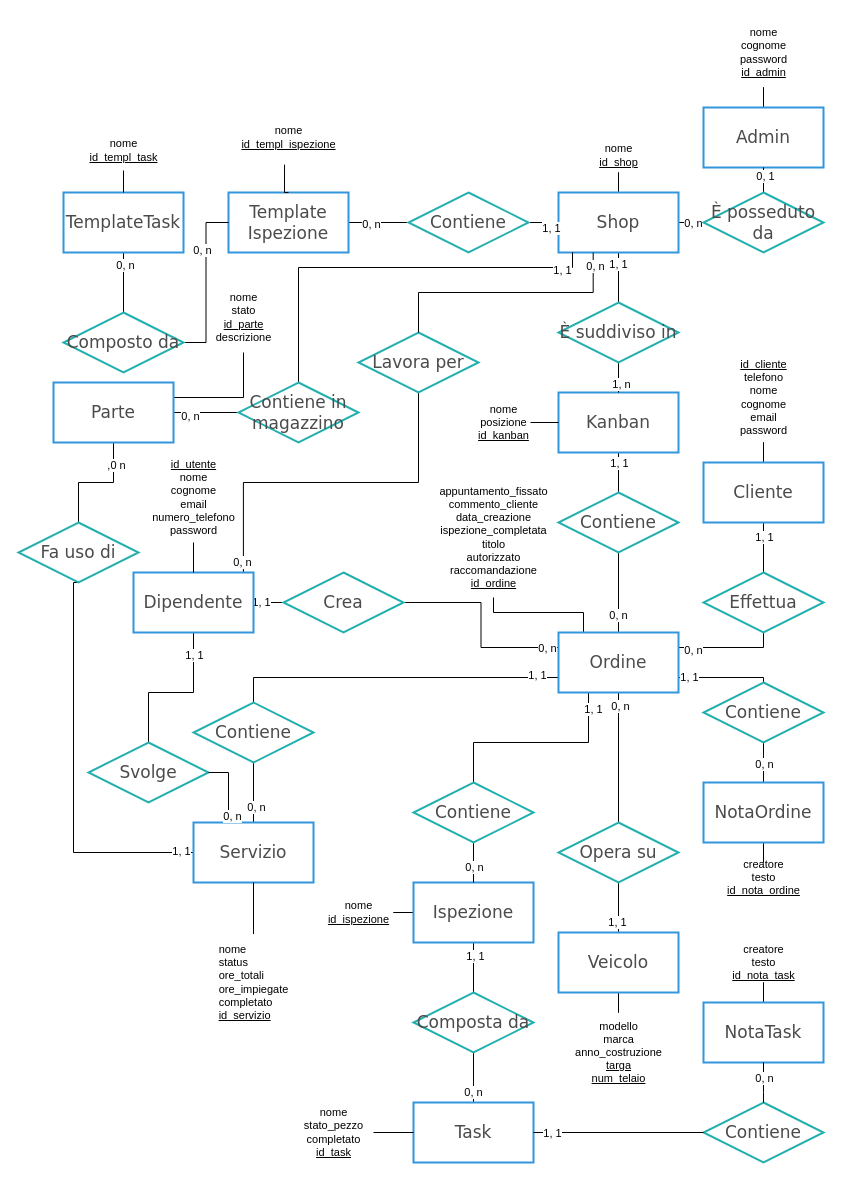
The draw.io diagram res/Officina.drawio in Mattia-Gaetano-Greco/Officina, before the edit. Source tidied: cells renumbered, new cells numbered last; positions are measured from the earlier drawing's top-left corner, leaving out a move shared by most shapes. Both pictures are drawn from the tidied source at 100%, with x=0, y=0 at pixel (18, 17).
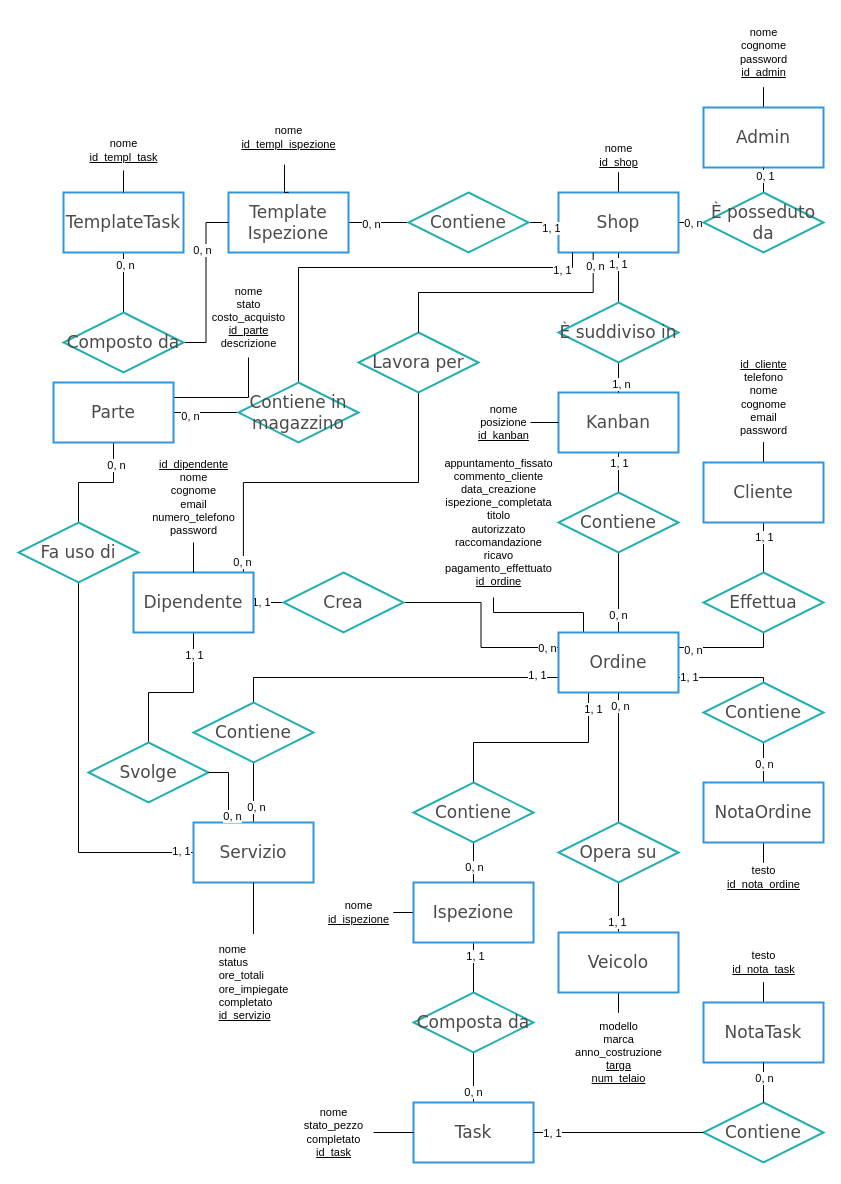
The same diagram, later.

Unchanged cells that the change refers to:
```xml
<mxCell id="78" style="edgeStyle=orthogonalEdgeStyle;rounded=0;jettySize=auto;html=1;exitX=0.5;exitY=1;exitDx=0;exitDy=0;entryX=0.5;entryY=0;entryDx=0;entryDy=0;endArrow=none;endFill=0;" parent="1" edge="1" source="80" target="111">
  <mxGeometry relative="1" as="geometry" />
</mxCell>
<mxCell id="103" value="Servizio" style="rounded=0;whiteSpace=wrap;html=1;strokeWidth=2;strokeColor=#3396dd;fontFamily=Verdana;fontSize=17;fontColor=#4B4B4B;" parent="1" vertex="1">
  <mxGeometry x="175" y="805" width="120" height="60" as="geometry" />
</mxCell>
<mxCell id="111" value="Fa uso di" style="rhombus;whiteSpace=wrap;html=1;strokeWidth=2;strokeColor=#24afaf;fontFamily=Verdana;fontSize=17;fontColor=#4B4B4B;" parent="1" vertex="1">
  <mxGeometry y="505" width="120" height="60" as="geometry" />
</mxCell>
```

The edit, as a diff of the source:
```diff
@@
-    <mxCell id="50" value="appuntamento_fissato&lt;br style=&quot;font-size: 11px;&quot;&gt;commento_cliente&lt;br style=&quot;font-size: 11px;&quot;&gt;data_creazione&lt;br style=&quot;font-size: 11px;&quot;&gt;ispezione_completata&lt;br style=&quot;font-size: 11px;&quot;&gt;titolo&lt;br style=&quot;font-size: 11px;&quot;&gt;autorizzato&lt;br style=&quot;font-size: 11px;&quot;&gt;raccomandazione&lt;br style=&quot;font-size: 11px;&quot;&gt;&lt;u style=&quot;font-size: 11px;&quot;&gt;id_ordine&lt;/u&gt;" style="text;html=1;align=center;verticalAlign=middle;points=[];strokeColor=none;fillColor=none;fontSize=11;fontFamily=Helvetica;fontColor=default;" parent="1" vertex="1">
-      <mxGeometry x="410" y="460" width="130" height="120" as="geometry" />
+    <mxCell id="50" value="appuntamento_fissato&lt;br style=&quot;font-size: 11px;&quot;&gt;commento_cliente&lt;br style=&quot;font-size: 11px;&quot;&gt;data_creazione&lt;br style=&quot;font-size: 11px;&quot;&gt;ispezione_completata&lt;br style=&quot;font-size: 11px;&quot;&gt;titolo&lt;br style=&quot;font-size: 11px;&quot;&gt;autorizzato&lt;br style=&quot;font-size: 11px;&quot;&gt;raccomandazione&lt;br&gt;ricavo&lt;br&gt;pagamento_effettuato&lt;br style=&quot;font-size: 11px;&quot;&gt;&lt;u style=&quot;font-size: 11px;&quot;&gt;id_ordine&lt;/u&gt;" style="text;html=1;align=center;verticalAlign=middle;points=[];strokeColor=none;fillColor=none;fontSize=11;fontFamily=Helvetica;fontColor=default;" parent="1" vertex="1">
+      <mxGeometry x="415" y="430" width="130" height="150" as="geometry" />
     </mxCell>
@@
-    <mxCell id="56" value="creatore&lt;br style=&quot;font-size: 11px;&quot;&gt;testo&lt;br style=&quot;font-size: 11px;&quot;&gt;&lt;u style=&quot;font-size: 11px;&quot;&gt;id_nota_task&lt;/u&gt;" style="text;html=1;align=center;verticalAlign=middle;points=[];strokeColor=none;fillColor=none;fontSize=11;fontFamily=Helvetica;fontColor=default;" parent="1" vertex="1">
-      <mxGeometry x="700" y="920" width="90" height="50" as="geometry" />
+    <mxCell id="56" value="testo&lt;br style=&quot;font-size: 11px;&quot;&gt;&lt;u style=&quot;font-size: 11px;&quot;&gt;id_nota_task&lt;/u&gt;" style="text;html=1;align=center;verticalAlign=middle;points=[];strokeColor=none;fillColor=none;fontSize=11;fontFamily=Helvetica;fontColor=default;" parent="1" vertex="1">
+      <mxGeometry x="700" y="925" width="90" height="40" as="geometry" />
     </mxCell>
@@
-    <mxCell id="79" value=",0 n" style="edgeLabel;html=1;align=center;verticalAlign=middle;" parent="78" vertex="1">
+    <mxCell id="79" value="0, n" style="edgeLabel;html=1;align=center;verticalAlign=middle;" parent="78" vertex="1">
       <mxGeometry x="-0.62" y="2" relative="1" as="geometry" />
     </mxCell>
@@
-    <mxCell id="82" value="nome&lt;br style=&quot;font-size: 11px;&quot;&gt;stato&lt;br style=&quot;font-size: 11px;&quot;&gt;&lt;u style=&quot;font-size: 11px;&quot;&gt;id_parte&lt;/u&gt;&lt;br style=&quot;font-size: 11px;&quot;&gt;descrizione" style="text;html=1;align=center;verticalAlign=middle;points=[];strokeColor=none;fillColor=none;fontSize=11;fontFamily=Helvetica;fontColor=default;" parent="1" vertex="1">
-      <mxGeometry x="185" y="265" width="80" height="70" as="geometry" />
+    <mxCell id="82" value="nome&lt;br style=&quot;font-size: 11px;&quot;&gt;stato&lt;br&gt;costo_acquisto&lt;br style=&quot;font-size: 11px;&quot;&gt;&lt;u style=&quot;font-size: 11px;&quot;&gt;id_parte&lt;/u&gt;&lt;br style=&quot;font-size: 11px;&quot;&gt;descrizione" style="text;html=1;align=center;verticalAlign=middle;points=[];strokeColor=none;fillColor=none;fontSize=11;fontFamily=Helvetica;fontColor=default;" parent="1" vertex="1">
+      <mxGeometry x="180" y="260" width="100" height="80" as="geometry" />
     </mxCell>
@@
     <mxCell id="101" style="edgeStyle=orthogonalEdgeStyle;rounded=0;jettySize=auto;html=1;exitX=0;exitY=0.5;exitDx=0;exitDy=0;entryX=0.5;entryY=1;entryDx=0;entryDy=0;endArrow=none;endFill=0;" parent="1" edge="1" source="103" target="111">
       <mxGeometry relative="1" as="geometry">
         <Array as="points">
-          <mxPoint x="55" y="835" />
+          <mxPoint x="60" y="835" />
         </Array>
       </mxGeometry>
     </mxCell>
@@
-    <mxCell id="119" value="creatore&lt;br style=&quot;font-size: 11px;&quot;&gt;testo&lt;br style=&quot;font-size: 11px;&quot;&gt;&lt;u style=&quot;font-size: 11px;&quot;&gt;id_nota_ordine&lt;/u&gt;" style="text;html=1;align=center;verticalAlign=middle;points=[];strokeColor=none;fillColor=none;fontSize=11;fontFamily=Helvetica;fontColor=default;" parent="1" vertex="1">
-      <mxGeometry x="695" y="835" width="100" height="50" as="geometry" />
+    <mxCell id="119" value="testo&lt;br style=&quot;font-size: 11px;&quot;&gt;&lt;u style=&quot;font-size: 11px;&quot;&gt;id_nota_ordine&lt;/u&gt;" style="text;html=1;align=center;verticalAlign=middle;points=[];strokeColor=none;fillColor=none;fontSize=11;fontFamily=Helvetica;fontColor=default;" parent="1" vertex="1">
+      <mxGeometry x="695" y="840" width="100" height="40" as="geometry" />
     </mxCell>
@@
-    <mxCell id="122" value="&lt;u style=&quot;border-color: var(--border-color);&quot;&gt;id_utente&lt;/u&gt;&lt;br&gt;nome&lt;br style=&quot;font-size: 11px;&quot;&gt;cognome&lt;br style=&quot;font-size: 11px;&quot;&gt;email&lt;br style=&quot;font-size: 11px;&quot;&gt;numero_telefono&lt;br&gt;password" style="text;html=1;align=center;verticalAlign=middle;points=[];strokeColor=none;fillColor=none;fontSize=11;" parent="1" vertex="1">
+    <mxCell id="122" value="&lt;u style=&quot;border-color: var(--border-color);&quot;&gt;id_dipendente&lt;/u&gt;&lt;br&gt;nome&lt;br style=&quot;font-size: 11px;&quot;&gt;cognome&lt;br style=&quot;font-size: 11px;&quot;&gt;email&lt;br style=&quot;font-size: 11px;&quot;&gt;numero_telefono&lt;br&gt;password" style="text;html=1;align=center;verticalAlign=middle;points=[];strokeColor=none;fillColor=none;fontSize=11;" parent="1" vertex="1">
       <mxGeometry x="120" y="435" width="110" height="90" as="geometry" />
     </mxCell>
```
